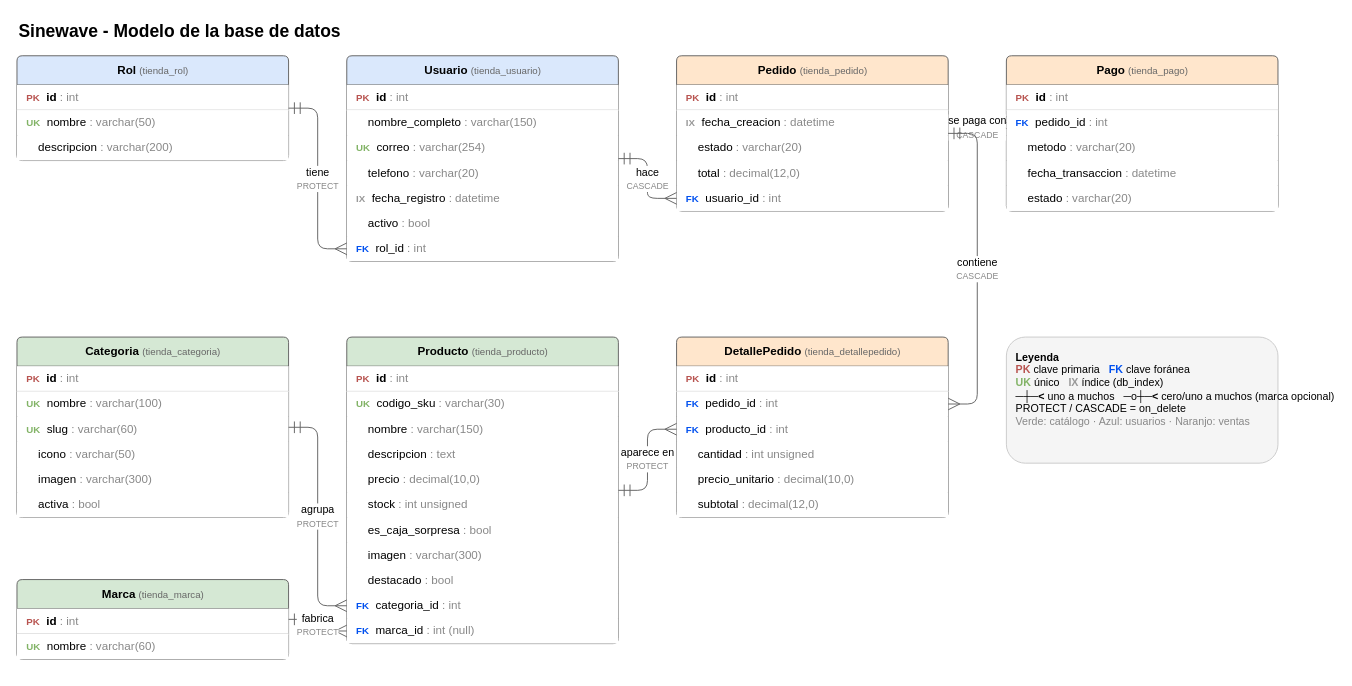
The draw.io diagram diagrama bd.drawio in mariajesus-io/sinewave, before the edit. Source tidied: cells renumbered, new cells numbered last; positions are measured from the earlier drawing's top-left corner, leaving out a move shared by most shapes. Both pictures are drawn from the tidied source at 97%, with x=0, y=0 at pixel (16, 16).
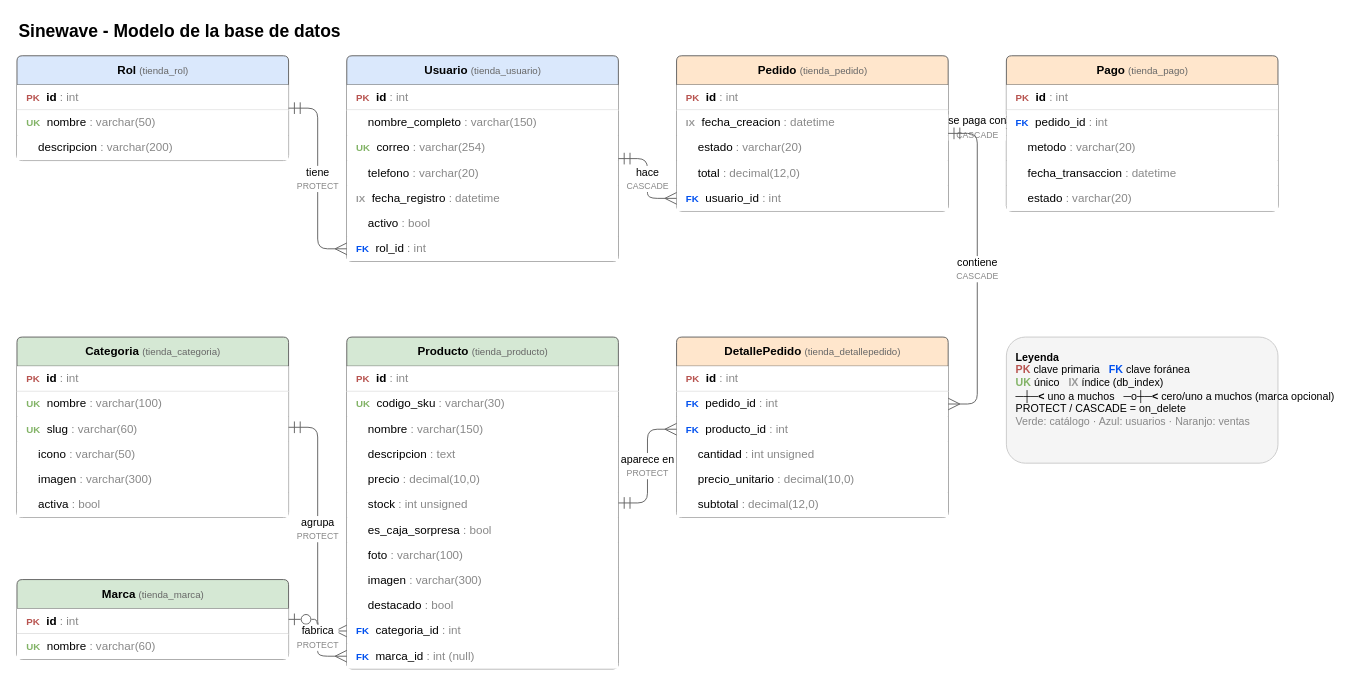
Above is the later version.

Change to the diagram source:
```diff
@@
     <mxCell id="36" value="&lt;b&gt;Producto&lt;/b&gt; &lt;font color=&quot;#666666&quot; style=&quot;font-size:10px&quot;&gt;(tienda_producto)&lt;/font&gt;" style="swimlane;fontStyle=0;horizontal=1;startSize=30;html=1;fillColor=#d5e8d4;strokeColor=#666666;rounded=1;arcSize=6;" parent="1" vertex="1">
-      <mxGeometry x="340" y="330" width="280" height="316" as="geometry" />
+      <mxGeometry x="340" y="330" width="280" height="342" as="geometry" />
     </mxCell>
@@
+    <mxCell id="64" value="&lt;font color=&quot;#000000&quot; style=&quot;font-size:10px&quot;&gt;&lt;b&gt;&amp;nbsp;&amp;nbsp;&lt;/b&gt;&lt;/font&gt;&amp;nbsp;&amp;nbsp;foto &lt;font color=&quot;#888888&quot;&gt;: varchar(100)&lt;/font&gt;" style="text;strokeColor=#cccccc;fillColor=#ffffff;align=left;verticalAlign=middle;spacingLeft=8;html=1;shape=partialRectangle;top=0;left=0;right=0;bottom=0;" parent="36" vertex="1">
+      <mxGeometry y="212" width="280" height="26" as="geometry" />
+    </mxCell>
     <mxCell id="44" value="&lt;font color=&quot;#000000&quot; style=&quot;font-size:10px&quot;&gt;&lt;b&gt;&amp;nbsp;&amp;nbsp;&lt;/b&gt;&lt;/font&gt;&amp;nbsp;&amp;nbsp;imagen &lt;font color=&quot;#888888&quot;&gt;: varchar(300)&lt;/font&gt;" style="text;strokeColor=#cccccc;fillColor=#ffffff;align=left;verticalAlign=middle;spacingLeft=8;html=1;shape=partialRectangle;top=0;left=0;right=0;bottom=0;" parent="36" vertex="1">
-      <mxGeometry y="212" width="280" height="26" as="geometry" />
+      <mxGeometry y="238" width="280" height="26" as="geometry" />
     </mxCell>
     <mxCell id="45" value="&lt;font color=&quot;#000000&quot; style=&quot;font-size:10px&quot;&gt;&lt;b&gt;&amp;nbsp;&amp;nbsp;&lt;/b&gt;&lt;/font&gt;&amp;nbsp;&amp;nbsp;destacado &lt;font color=&quot;#888888&quot;&gt;: bool&lt;/font&gt;" style="text;strokeColor=#cccccc;fillColor=#ffffff;align=left;verticalAlign=middle;spacingLeft=8;html=1;shape=partialRectangle;top=0;left=0;right=0;bottom=0;" parent="36" vertex="1">
-      <mxGeometry y="238" width="280" height="26" as="geometry" />
+      <mxGeometry y="264" width="280" height="26" as="geometry" />
     </mxCell>
     <mxCell id="46" value="&lt;font color=&quot;#0050ef&quot; style=&quot;font-size:10px&quot;&gt;&lt;b&gt;FK&lt;/b&gt;&lt;/font&gt;&amp;nbsp;&amp;nbsp;categoria_id &lt;font color=&quot;#888888&quot;&gt;: int&lt;/font&gt;" style="text;strokeColor=#cccccc;fillColor=#ffffff;align=left;verticalAlign=middle;spacingLeft=8;html=1;shape=partialRectangle;top=0;left=0;right=0;bottom=0;" parent="36" vertex="1">
-      <mxGeometry y="264" width="280" height="26" as="geometry" />
+      <mxGeometry y="290" width="280" height="26" as="geometry" />
     </mxCell>
     <mxCell id="47" value="&lt;font color=&quot;#0050ef&quot; style=&quot;font-size:10px&quot;&gt;&lt;b&gt;FK&lt;/b&gt;&lt;/font&gt;&amp;nbsp;&amp;nbsp;marca_id &lt;font color=&quot;#888888&quot;&gt;: int (null)&lt;/font&gt;" style="text;strokeColor=#cccccc;fillColor=#ffffff;align=left;verticalAlign=middle;spacingLeft=8;html=1;shape=partialRectangle;top=0;left=0;right=0;bottom=0;" parent="36" vertex="1">
-      <mxGeometry y="290" width="280" height="26" as="geometry" />
+      <mxGeometry y="316" width="280" height="26" as="geometry" />
     </mxCell>
```
